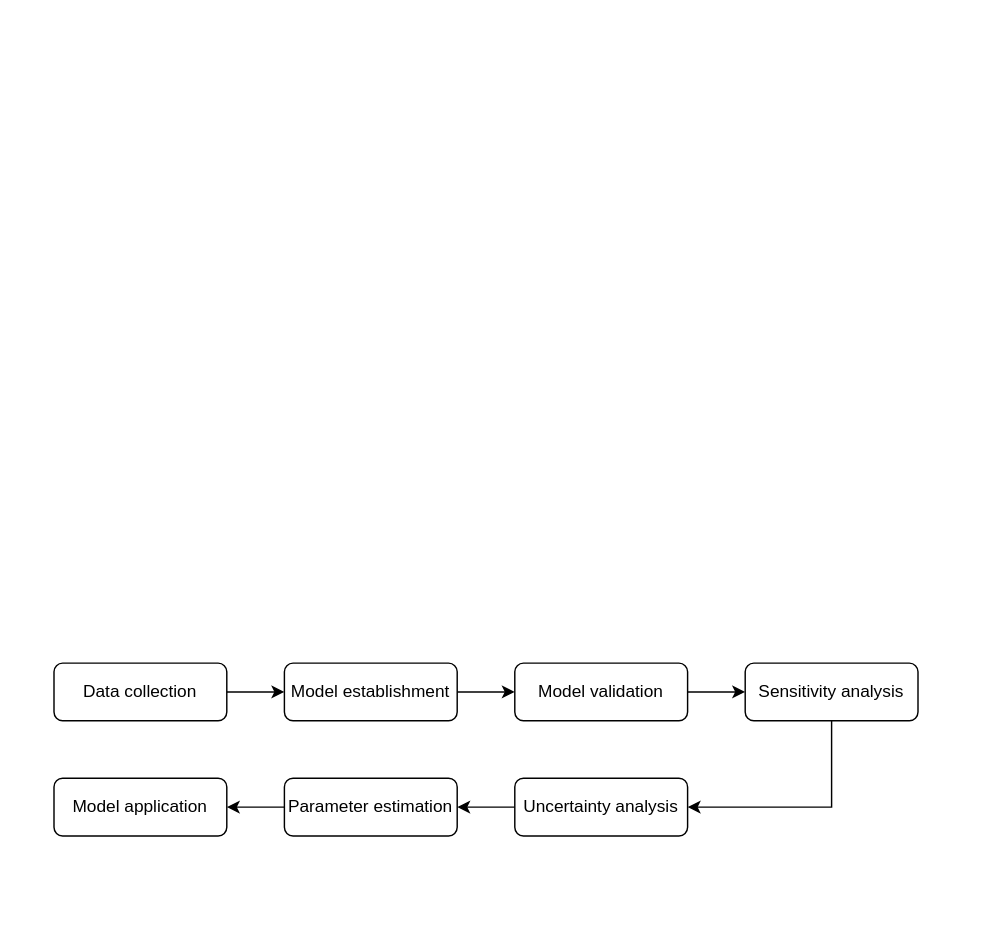
Above: page "PBPK_model" (6 of 6) of Fig_CS/treatment.drawio in jizhang02/Figure-Factory (draw.io), before the change. Source tidied: cells renumbered, new cells numbered last; positions are measured from the earlier drawing's top-left corner, leaving out a move shared by most shapes. Both pictures are drawn from the tidied source at 144%, with x=0, y=0 at pixel (53, 662).
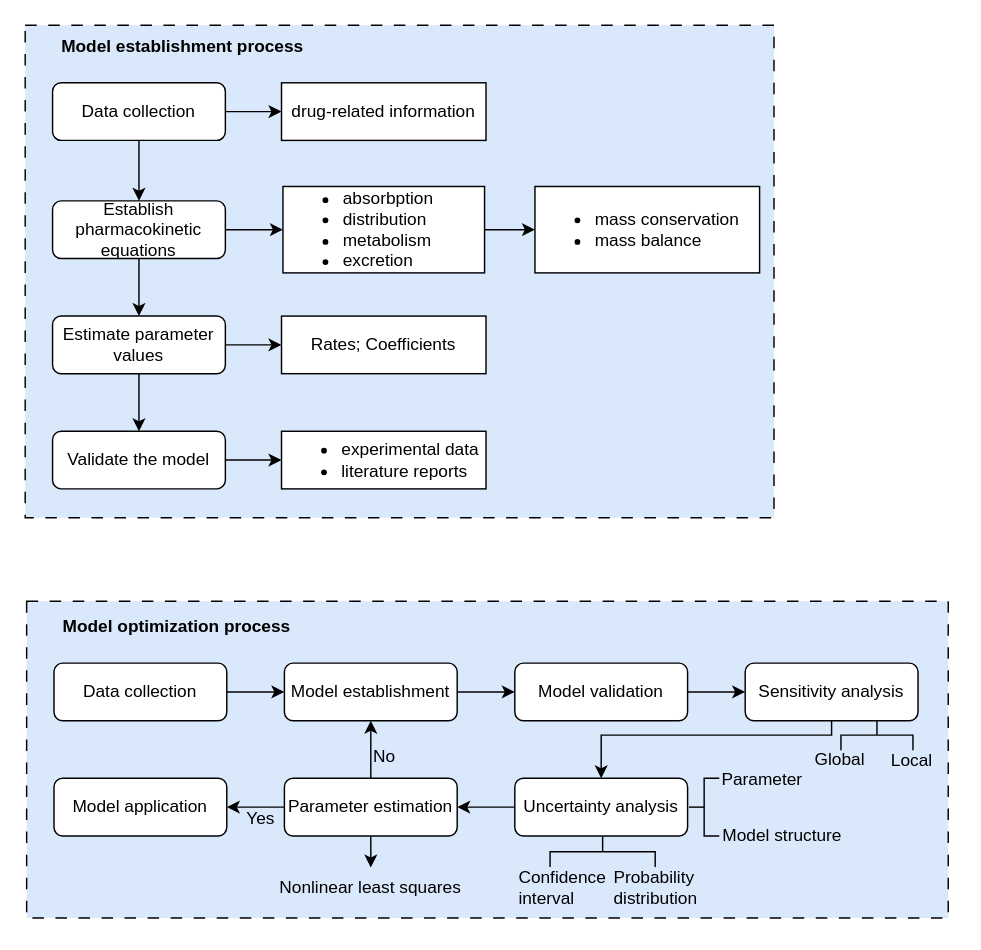
Above is the later version.

Unchanged cells that the change refers to:
```xml
<mxCell id="5" value="Model establishment" style="rounded=1;whiteSpace=wrap;html=1;" parent="1" vertex="1">
  <mxGeometry x="160" width="120" height="40" as="geometry" />
</mxCell>
<mxCell id="9" value="Sensitivity analysis" style="rounded=1;whiteSpace=wrap;html=1;" parent="1" vertex="1">
  <mxGeometry x="480" width="120" height="40" as="geometry" />
</mxCell>
<mxCell id="11" value="Uncertainty analysis" style="rounded=1;whiteSpace=wrap;html=1;" parent="1" vertex="1">
  <mxGeometry x="320" y="80" width="120" height="40" as="geometry" />
</mxCell>
<mxCell id="13" value="Parameter estimation" style="rounded=1;whiteSpace=wrap;html=1;" parent="1" vertex="1">
  <mxGeometry x="160" y="80" width="120" height="40" as="geometry" />
</mxCell>
```

Diff of the diagram source:
```diff
@@
+    <mxCell id="15" style="rounded=0;whiteSpace=wrap;html=1;glass=0;dashed=1;dashPattern=8 8;sketch=0;strokeColor=#000000;strokeWidth=1;fillColor=#dae8fc;" parent="1" vertex="1">
+      <mxGeometry x="-19" y="-43" width="640" height="220" as="geometry" />
+    </mxCell>
+    <mxCell id="16" style="rounded=0;whiteSpace=wrap;html=1;glass=0;sketch=0;strokeWidth=1;fillColor=#dae8fc;strokeColor=#000000;dashed=1;dashPattern=8 8;perimeterSpacing=0;" parent="1" vertex="1">
+      <mxGeometry x="-20" y="-443" width="520" height="342" as="geometry" />
+    </mxCell>
@@
-    <mxCell id="8" style="edgeStyle=orthogonalEdgeStyle;rounded=0;jettySize=auto;html=1;entryX=1;entryY=0.5;entryDx=0;entryDy=0;" parent="1" edge="1" source="9" target="11">
+    <mxCell id="8" style="edgeStyle=orthogonalEdgeStyle;rounded=0;jettySize=auto;html=1;" parent="1" edge="1" source="9" target="11">
       <mxGeometry relative="1" as="geometry">
         <Array as="points">
-          <mxPoint x="540" y="100" />
+          <mxPoint x="540" y="50" />
+          <mxPoint x="380" y="50" />
         </Array>
       </mxGeometry>
     </mxCell>
@@
+    <mxCell id="17" style="edgeStyle=orthogonalEdgeStyle;rounded=0;jettySize=auto;html=1;" parent="1" edge="1" source="13" target="49">
+      <mxGeometry relative="1" as="geometry" />
+    </mxCell>
+    <mxCell id="18" style="edgeStyle=orthogonalEdgeStyle;rounded=0;jettySize=auto;html=1;" parent="1" edge="1" source="13" target="5">
+      <mxGeometry relative="1" as="geometry" />
+    </mxCell>
@@
+    <mxCell id="19" value="Model optimization process" style="text;html=1;strokeColor=none;fillColor=none;align=center;verticalAlign=middle;whiteSpace=wrap;rounded=0;fontStyle=1;" parent="1" vertex="1">
+      <mxGeometry y="-40" width="171" height="30" as="geometry" />
+    </mxCell>
+    <mxCell id="20" style="edgeStyle=orthogonalEdgeStyle;rounded=0;jettySize=auto;html=1;" parent="1" edge="1" source="22" target="25">
+      <mxGeometry relative="1" as="geometry" />
+    </mxCell>
+    <mxCell id="21" style="edgeStyle=orthogonalEdgeStyle;rounded=0;jettySize=auto;html=1;" parent="1" edge="1" source="22" target="36">
+      <mxGeometry relative="1" as="geometry" />
+    </mxCell>
+    <mxCell id="22" value="Data collection" style="rounded=1;whiteSpace=wrap;html=1;" parent="1" vertex="1">
+      <mxGeometry x="-1" y="-403" width="120" height="40" as="geometry" />
+    </mxCell>
+    <mxCell id="23" style="edgeStyle=orthogonalEdgeStyle;rounded=0;jettySize=auto;html=1;" parent="1" edge="1" source="25" target="28">
+      <mxGeometry relative="1" as="geometry" />
+    </mxCell>
+    <mxCell id="24" style="edgeStyle=orthogonalEdgeStyle;rounded=0;jettySize=auto;html=1;entryX=0;entryY=0.5;entryDx=0;entryDy=0;" parent="1" edge="1" source="25" target="33">
+      <mxGeometry relative="1" as="geometry" />
+    </mxCell>
+    <mxCell id="25" value="Establish pharmacokinetic equations" style="rounded=1;whiteSpace=wrap;html=1;" parent="1" vertex="1">
+      <mxGeometry x="-1" y="-321" width="120" height="40" as="geometry" />
+    </mxCell>
+    <mxCell id="26" style="edgeStyle=orthogonalEdgeStyle;rounded=0;jettySize=auto;html=1;" parent="1" edge="1" source="28" target="30">
+      <mxGeometry relative="1" as="geometry" />
+    </mxCell>
+    <mxCell id="27" style="edgeStyle=orthogonalEdgeStyle;rounded=0;jettySize=auto;html=1;" parent="1" edge="1" source="28" target="37">
+      <mxGeometry relative="1" as="geometry" />
+    </mxCell>
+    <mxCell id="28" value="Estimate parameter values" style="rounded=1;whiteSpace=wrap;html=1;" parent="1" vertex="1">
+      <mxGeometry x="-1" y="-241" width="120" height="40" as="geometry" />
+    </mxCell>
+    <mxCell id="29" style="edgeStyle=orthogonalEdgeStyle;rounded=0;jettySize=auto;html=1;" parent="1" edge="1" source="30" target="38">
+      <mxGeometry relative="1" as="geometry" />
+    </mxCell>
+    <mxCell id="30" value="Validate the model" style="rounded=1;whiteSpace=wrap;html=1;" parent="1" vertex="1">
+      <mxGeometry x="-1" y="-161" width="120" height="40" as="geometry" />
+    </mxCell>
+    <mxCell id="31" value="Model establishment process" style="text;html=1;strokeColor=none;fillColor=none;align=center;verticalAlign=middle;whiteSpace=wrap;rounded=0;fontStyle=1;" parent="1" vertex="1">
+      <mxGeometry x="-1" y="-443" width="181" height="30" as="geometry" />
+    </mxCell>
+    <mxCell id="32" style="edgeStyle=orthogonalEdgeStyle;rounded=0;jettySize=auto;html=1;" parent="1" edge="1" source="33" target="34">
+      <mxGeometry relative="1" as="geometry" />
+    </mxCell>
+    <mxCell id="33" value="&lt;ul&gt;&lt;li&gt;absorbption&lt;/li&gt;&lt;li&gt;distribution&lt;/li&gt;&lt;li&gt;metabolism&lt;/li&gt;&lt;li&gt;excretion&lt;/li&gt;&lt;/ul&gt;" style="rounded=0;whiteSpace=wrap;html=1;align=left;" parent="1" vertex="1">
+      <mxGeometry x="159" y="-331" width="140" height="60" as="geometry" />
+    </mxCell>
+    <mxCell id="34" value="&lt;ul&gt;&lt;li&gt;mass conservation&lt;/li&gt;&lt;li&gt;mass balance&lt;/li&gt;&lt;/ul&gt;" style="rounded=0;whiteSpace=wrap;html=1;align=left;" parent="1" vertex="1">
+      <mxGeometry x="334" y="-331" width="156" height="60" as="geometry" />
+    </mxCell>
+    <mxCell id="35" value="Local" style="text;html=1;strokeColor=none;fillColor=none;align=center;verticalAlign=middle;whiteSpace=wrap;rounded=0;" parent="1" vertex="1">
+      <mxGeometry x="566" y="53" width="60" height="30" as="geometry" />
+    </mxCell>
+    <mxCell id="36" value="drug-related information" style="rounded=0;whiteSpace=wrap;html=1;strokeWidth=1;" parent="1" vertex="1">
+      <mxGeometry x="158" y="-403" width="142" height="40" as="geometry" />
+    </mxCell>
+    <mxCell id="37" value="Rates; Coefficients" style="rounded=0;whiteSpace=wrap;html=1;strokeWidth=1;glass=0;" parent="1" vertex="1">
+      <mxGeometry x="158" y="-241" width="142" height="40" as="geometry" />
+    </mxCell>
+    <mxCell id="38" value="&lt;ul&gt;&lt;li&gt;experimental data&lt;/li&gt;&lt;li&gt;literature reports&lt;/li&gt;&lt;/ul&gt;" style="rounded=0;whiteSpace=wrap;html=1;align=left;" parent="1" vertex="1">
+      <mxGeometry x="158" y="-161" width="142" height="40" as="geometry" />
+    </mxCell>
+    <mxCell id="39" style="group;" parent="1" vertex="1">
+      <mxGeometry x="321" y="120.5" width="126" height="50.5" as="geometry" />
+    </mxCell>
+    <mxCell id="40" style="strokeWidth=1;html=1;shape=mxgraph.flowchart.annotation_2;align=left;labelPosition=right;spacing=2;rotation=90;" parent="39" vertex="1">
+      <mxGeometry x="49.5" y="-26" width="21" height="73" as="geometry" />
+    </mxCell>
+    <mxCell id="41" value="Confidence interval" style="text;html=1;strokeColor=none;fillColor=none;align=left;verticalAlign=middle;whiteSpace=wrap;rounded=0;" parent="39" vertex="1">
+      <mxGeometry y="20.5" width="60" height="30" as="geometry" />
+    </mxCell>
+    <mxCell id="42" value="Probability distribution" style="text;html=1;strokeColor=none;fillColor=none;align=left;verticalAlign=middle;whiteSpace=wrap;rounded=0;" parent="39" vertex="1">
+      <mxGeometry x="66" y="20.5" width="60" height="30" as="geometry" />
+    </mxCell>
+    <mxCell id="43" style="group;" parent="1" vertex="1">
+      <mxGeometry x="441" y="60" width="130" height="80" as="geometry" />
+    </mxCell>
+    <mxCell id="44" value="Parameter" style="text;html=1;strokeColor=none;fillColor=none;align=center;verticalAlign=middle;whiteSpace=wrap;rounded=0;" parent="43" vertex="1">
+      <mxGeometry x="21" y="6" width="60" height="30" as="geometry" />
+    </mxCell>
+    <mxCell id="45" style="strokeWidth=1;html=1;shape=mxgraph.flowchart.annotation_2;align=left;labelPosition=right;spacing=2;" parent="43" vertex="1">
+      <mxGeometry y="20" width="21" height="40" as="geometry" />
+    </mxCell>
+    <mxCell id="46" value="Model structure" style="text;html=1;strokeColor=none;fillColor=none;align=center;verticalAlign=middle;whiteSpace=wrap;rounded=0;" parent="43" vertex="1">
+      <mxGeometry x="10" y="45" width="110" height="30" as="geometry" />
+    </mxCell>
+    <mxCell id="47" value="Global" style="text;html=1;strokeColor=none;fillColor=none;align=center;verticalAlign=middle;whiteSpace=wrap;rounded=0;" parent="43" vertex="1">
+      <mxGeometry x="75" y="-8" width="60" height="30" as="geometry" />
+    </mxCell>
+    <mxCell id="48" style="strokeWidth=1;html=1;shape=mxgraph.flowchart.annotation_2;align=left;labelPosition=right;spacing=2;rotation=90;" parent="1" vertex="1">
+      <mxGeometry x="561" y="25" width="21" height="50" as="geometry" />
+    </mxCell>
+    <mxCell id="49" value="Nonlinear least squares" style="text;whiteSpace=wrap;html=1;align=center;" parent="1" vertex="1">
+      <mxGeometry x="140" y="142" width="160" height="40" as="geometry" />
+    </mxCell>
+    <mxCell id="50" value="No" style="text;html=1;strokeColor=none;fillColor=none;align=left;verticalAlign=middle;whiteSpace=wrap;rounded=0;" parent="1" vertex="1">
+      <mxGeometry x="220" y="50" width="60" height="30" as="geometry" />
+    </mxCell>
+    <mxCell id="51" value="Yes" style="text;html=1;strokeColor=none;fillColor=none;align=left;verticalAlign=middle;whiteSpace=wrap;rounded=0;" parent="1" vertex="1">
+      <mxGeometry x="132" y="93" width="60" height="30" as="geometry" />
+    </mxCell>
```
